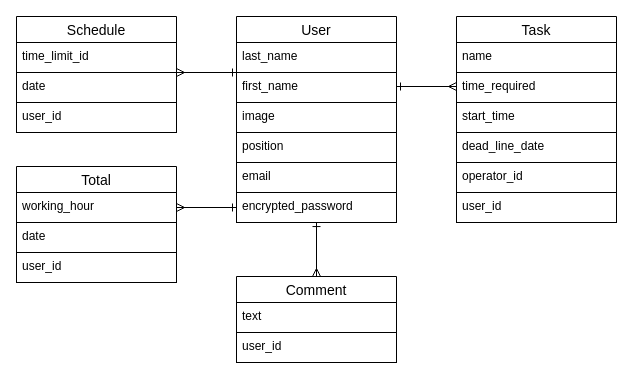
This is test.dio from Yurika-1016/team-task-app-33991, a draw.io file, before an edit. Source tidied: cells renumbered, new cells numbered last; positions are measured from the earlier drawing's top-left corner, leaving out a move shared by most shapes. Both pictures are drawn from the tidied source at 100%, with x=0, y=0 at pixel (16, 16).
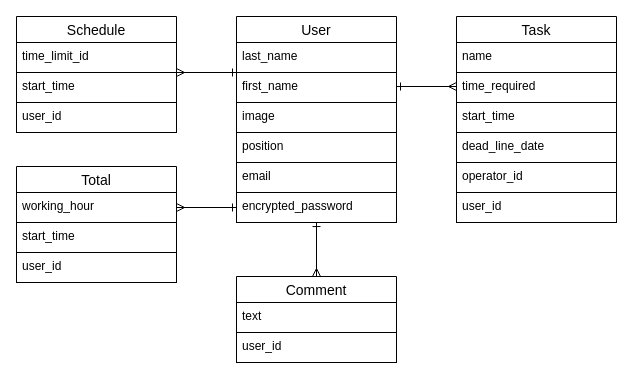
The same diagram, later.

Unchanged cells that the change refers to:
```xml
<mxCell id="17" value="Schedule" style="swimlane;fontStyle=0;horizontal=1;startSize=26;align=center;fontSize=14;strokeColor=#000000;labelBorderColor=none;swimlaneFillColor=none;" parent="1" vertex="1">
  <mxGeometry width="160" height="116" as="geometry" />
</mxCell>
<mxCell id="21" value="Total" style="swimlane;fontStyle=0;horizontal=1;startSize=26;align=center;fontSize=14;strokeColor=#000000;labelBorderColor=none;swimlaneFillColor=none;" parent="1" vertex="1">
  <mxGeometry y="150" width="160" height="116" as="geometry" />
</mxCell>
```

What changed in the source:
```diff
@@
-    <mxCell id="19" value="date" style="text;fillColor=none;spacingLeft=4;spacingRight=4;overflow=hidden;fontSize=12;strokeColor=#000000;fontColor=#000000;" parent="17" vertex="1">
+    <mxCell id="19" value="start_time" style="text;fillColor=none;spacingLeft=4;spacingRight=4;overflow=hidden;fontSize=12;strokeColor=#000000;fontColor=#000000;" parent="17" vertex="1">
       <mxGeometry y="56" width="160" height="30" as="geometry" />
     </mxCell>
@@
-    <mxCell id="23" value="date" style="text;fillColor=none;spacingLeft=4;spacingRight=4;overflow=hidden;fontSize=12;strokeColor=#000000;fontColor=#000000;" parent="21" vertex="1">
+    <mxCell id="23" value="start_time" style="text;fillColor=none;spacingLeft=4;spacingRight=4;overflow=hidden;fontSize=12;strokeColor=#000000;fontColor=#000000;" parent="21" vertex="1">
       <mxGeometry y="56" width="160" height="30" as="geometry" />
     </mxCell>
```
